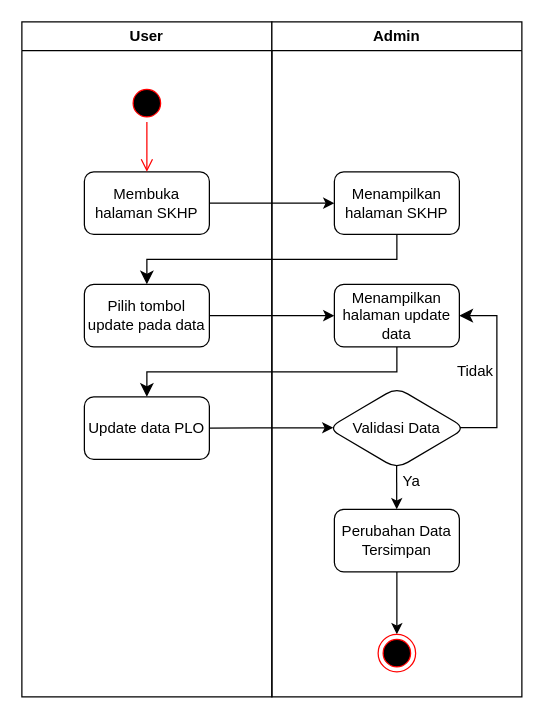
Above: DOKUMENTASI IDMS/SKHP/updateSKHP.drawio in rismanrhz/idms (draw.io), before the change. Source tidied: cells renumbered, new cells numbered last; positions are measured from the earlier drawing's top-left corner, leaving out a move shared by most shapes. Both pictures are drawn from the tidied source at 125%, with x=0, y=0 at pixel (21, 21).
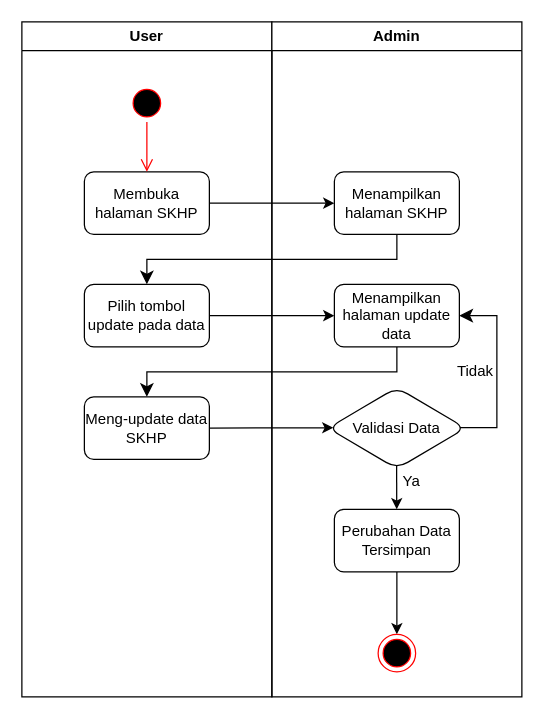
After the change.

The change refers to these unchanged cells:
```xml
<mxCell id="2" value="User" style="swimlane;whiteSpace=wrap;html=1;" parent="1" vertex="1">
  <mxGeometry width="200" height="540" as="geometry" />
</mxCell>
```

The edit, as a diff of the source:
```diff
@@
-    <mxCell id="7" value="Update data PLO" style="rounded=1;whiteSpace=wrap;html=1;" parent="2" vertex="1">
+    <mxCell id="7" value="Meng-update data SKHP" style="rounded=1;whiteSpace=wrap;html=1;" parent="2" vertex="1">
       <mxGeometry x="50" y="300" width="100" height="50" as="geometry" />
     </mxCell>
```
